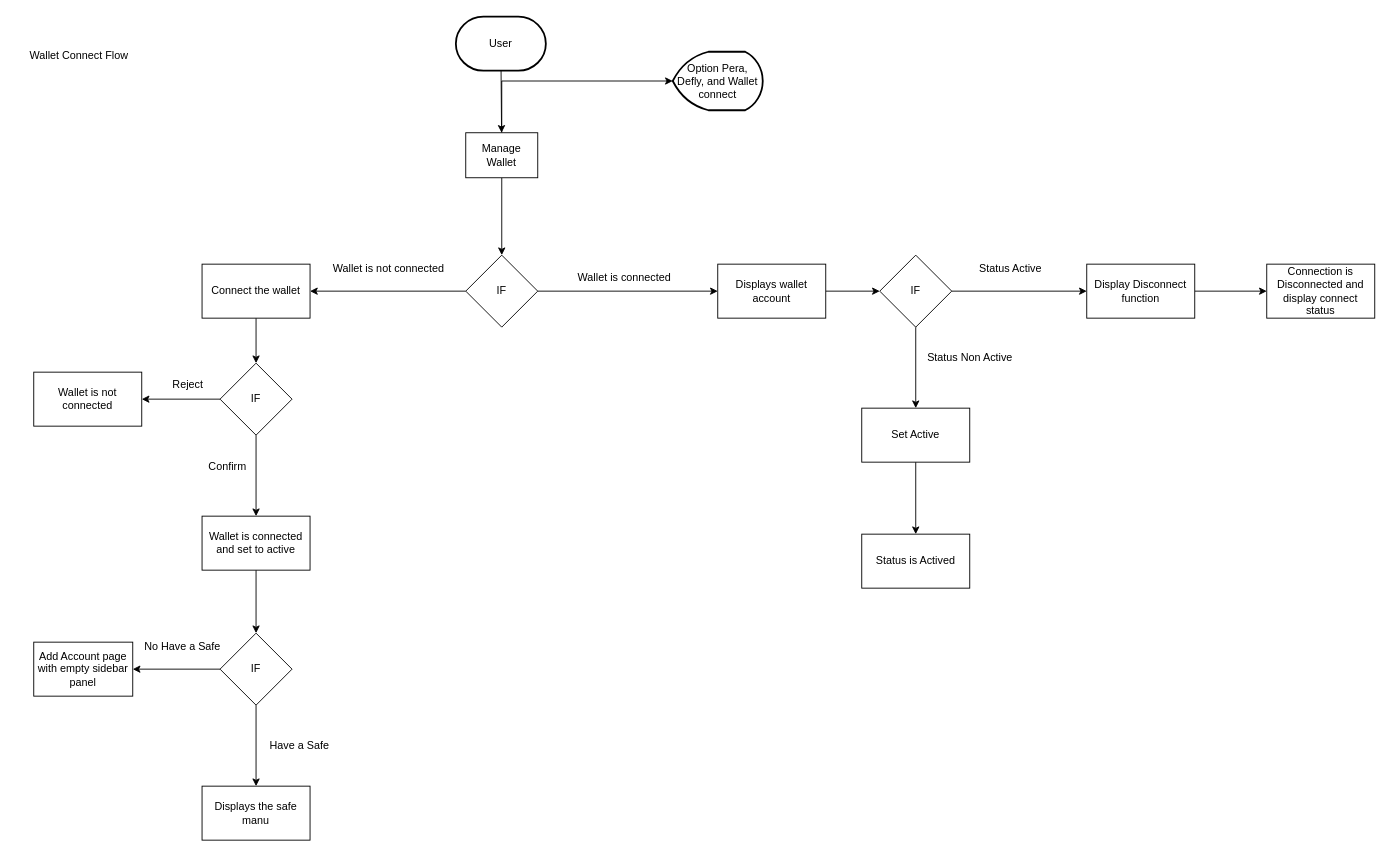
Above: page "Manage Wallet" (1 of 2) of AlgoSafe.drawio in RotamaPandi/AlgoSafe_WorkFlow (draw.io), before the change. Source tidied: cells renumbered, new cells numbered last; positions are measured from the earlier drawing's top-left corner, leaving out a move shared by most shapes. Both pictures are drawn from the tidied source at 90%, with x=0, y=0 at pixel (15, 16).
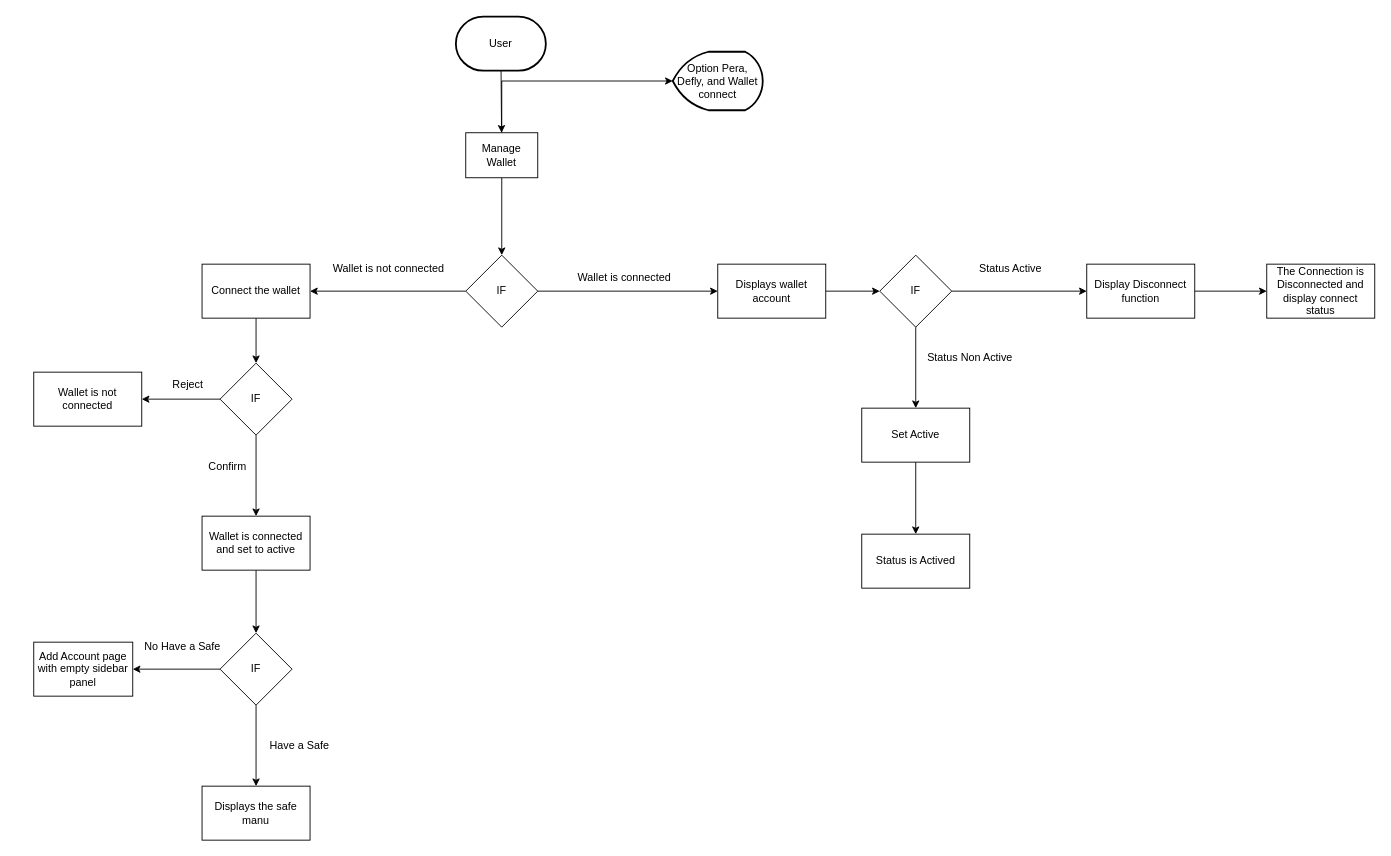
Above is the later version.

Diff of the diagram source:
```diff
@@
-    <mxCell id="25" value="Wallet Connect Flow" style="text;html=1;align=center;verticalAlign=middle;strokeColor=none;fillColor=none;" parent="1" vertex="1">
-      <mxGeometry y="29" width="140" height="30" as="geometry" />
-    </mxCell>
@@
-    <mxCell id="43" value="Connection is Disconnected and display connect status" style="whiteSpace=wrap;html=1;rounded=0;" parent="1" vertex="1">
+    <mxCell id="43" value="The Connection is Disconnected and display connect status" style="whiteSpace=wrap;html=1;rounded=0;" parent="1" vertex="1">
       <mxGeometry x="1390" y="275" width="120" height="60" as="geometry" />
     </mxCell>
```
